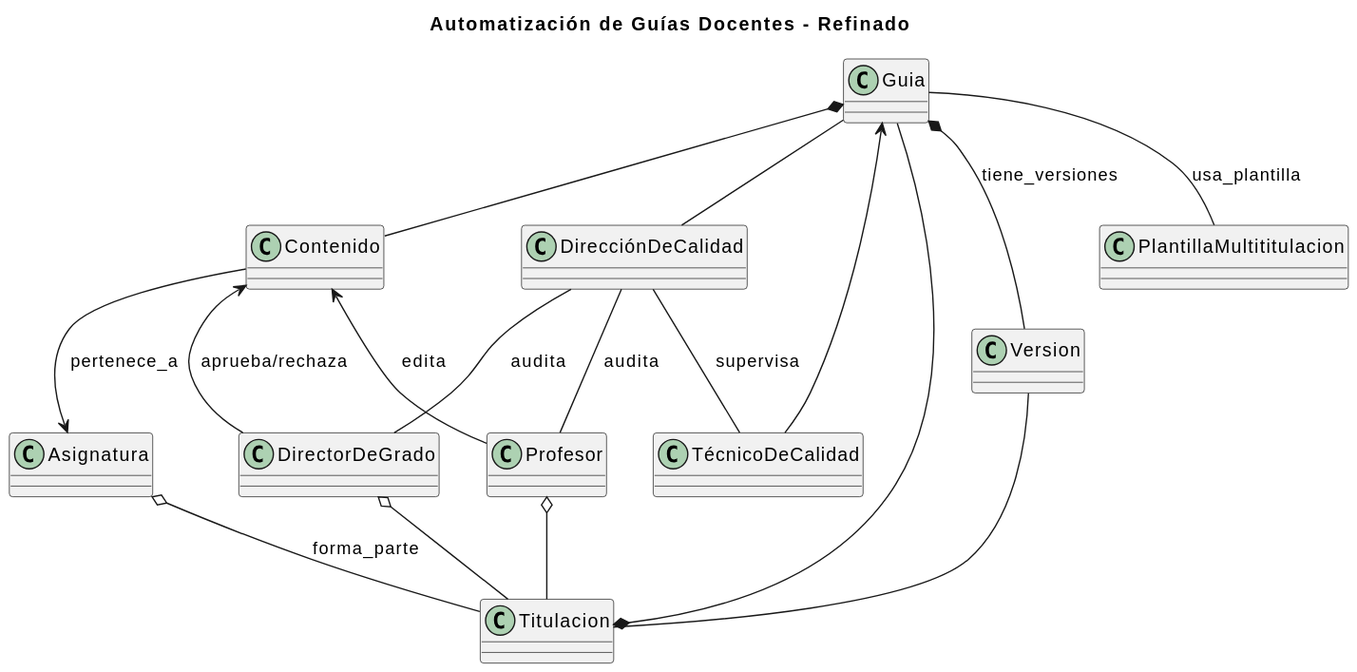
Earlier version of the PlantUML export images/modelosUML/DiagramaClases.svg (mmasias/24-25-IdSw1-SDR).
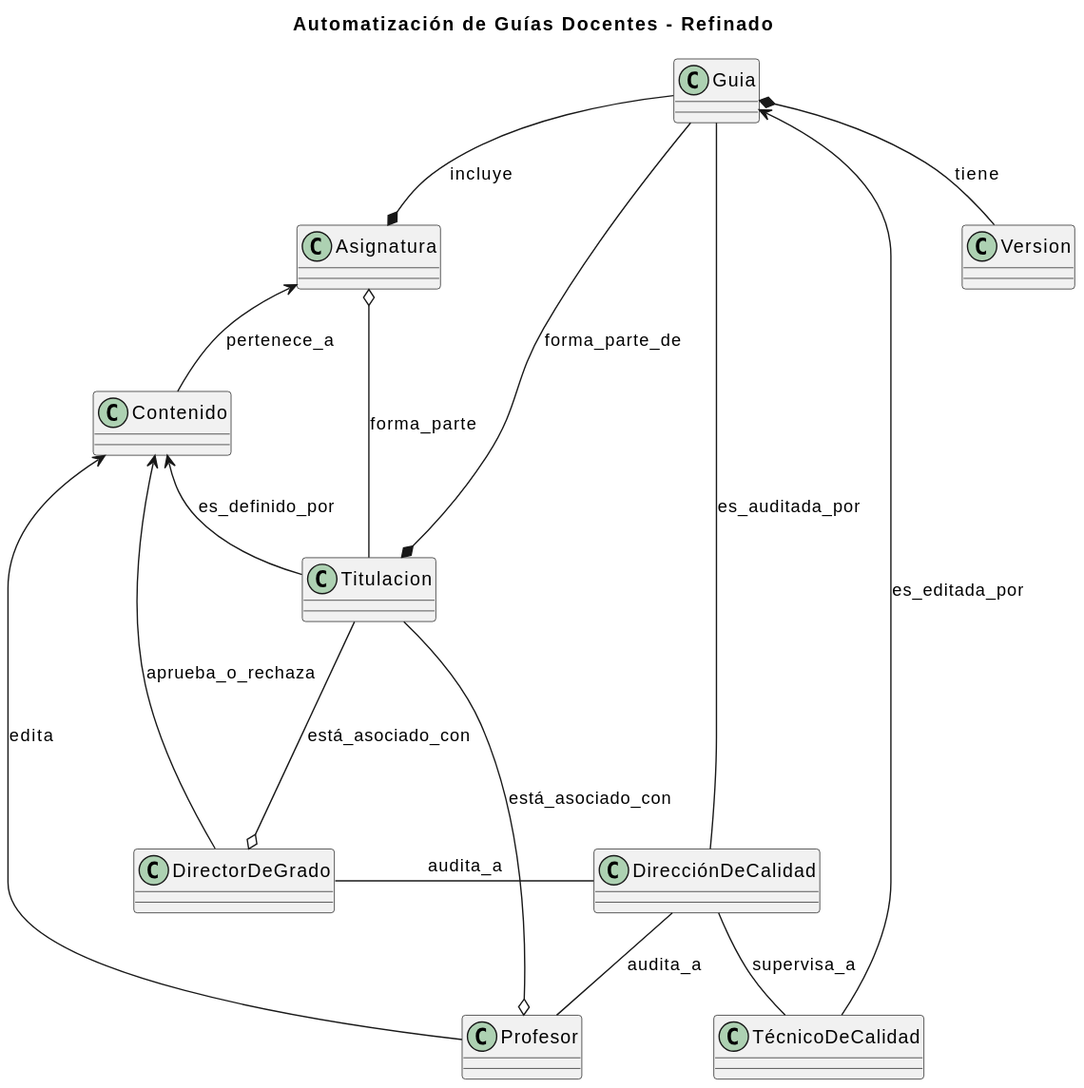
The same file after the commit.

Commit message:
Fix/Mejorando legibilidad y formato diagrama clases

-  Guía es la guía digital, no el PDF que se muestra al final

- la asignatura junto con la titulación es lo que genera el contenido de la guía docente. Entonces, realmente, para manejar los temas de las titulaciones que comparten asignaturas, podemos analizar estos dos puntos y así generamos una guía docente específica para cada titulación.

What changed in the source:
```diff
@@ -9,27 +9,27 @@
 class Contenido
 class Titulacion
 class Asignatura
-class PlantillaMultititulacion
 class Version
 
-Guia -- DirecciónDeCalidad
-Guia <-- TécnicoDeCalidad
-Guia --* Titulacion
-Guia *-- Contenido
-Guia -- PlantillaMultititulacion: usa_plantilla
-Guia *-- Version: tiene_versiones
+Guia --* Titulacion: forma_parte_de
+Guia --* Asignatura: incluye
 
-DirecciónDeCalidad -- TécnicoDeCalidad: supervisa
-DirecciónDeCalidad -- Profesor: audita
-DirecciónDeCalidad -- DirectorDeGrado: audita
+Asignatura <-down- Contenido: pertenece_a
+Asignatura o-down- Titulacion: forma_parte
 
-Profesor o-- Titulacion
-DirectorDeGrado o-- Titulacion
-Version -- Titulacion
+Guia -down- DirecciónDeCalidad: es_auditada_por
+Guia <-down- TécnicoDeCalidad: es_editada_por
+Guia *-down- Version: tiene
 
-Contenido <-- DirectorDeGrado: aprueba/rechaza
+Contenido <-- Titulacion: es_definido_por
+
+DirecciónDeCalidad -- TécnicoDeCalidad: supervisa_a
+DirecciónDeCalidad -- Profesor: audita_a
+DirecciónDeCalidad -l-- DirectorDeGrado: audita_a
+
+Profesor o-up-- Titulacion: está_asociado_con
+DirectorDeGrado o-up-- Titulacion: está_asociado_con
+
+Contenido <- DirectorDeGrado: aprueba_o_rechaza
 Contenido <-- Profesor: edita
-
-Asignatura <-up- Contenido: pertenece_a
-Asignatura o-- Titulacion: forma_parte
 @enduml
```
